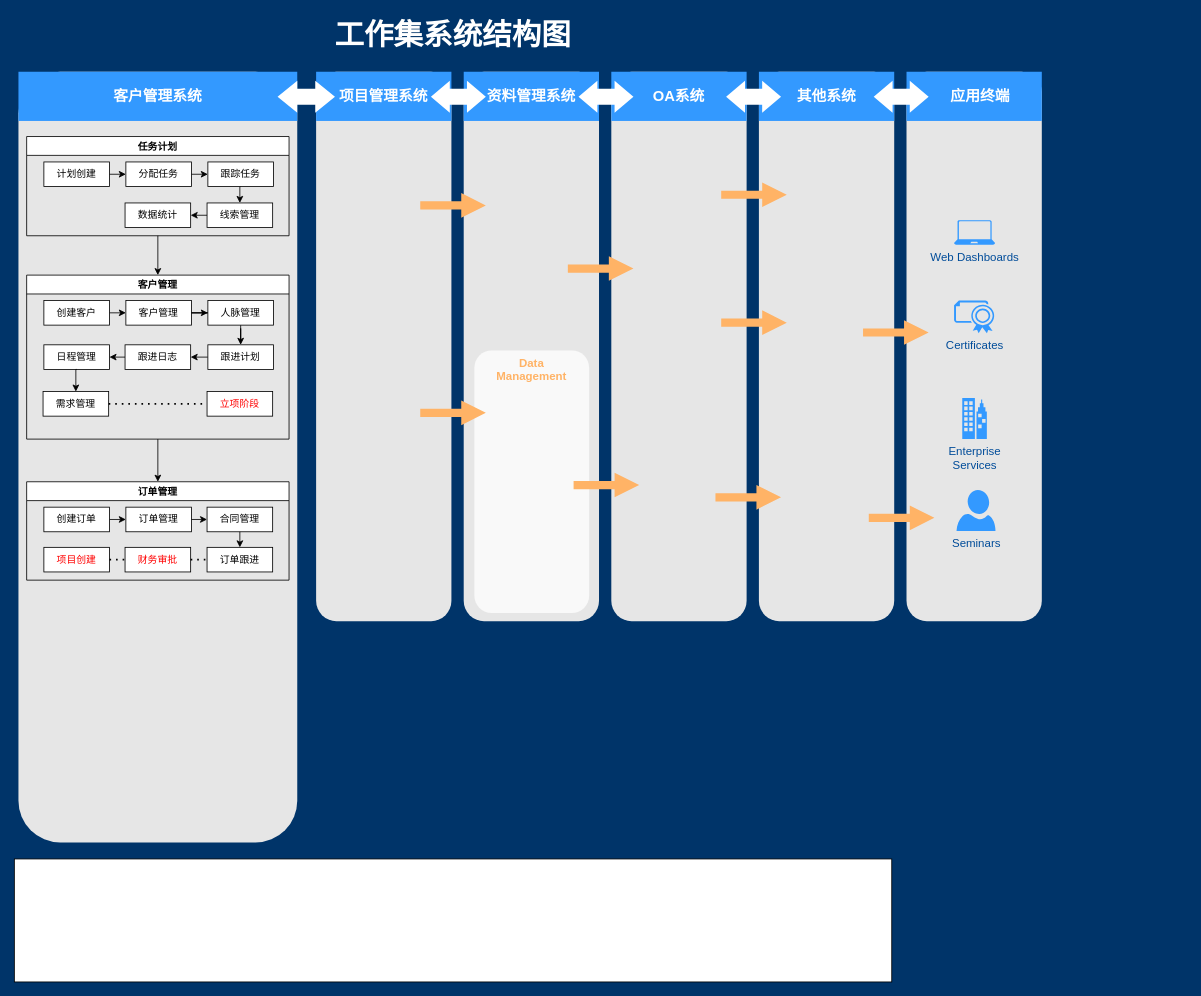
lenonjone/Toolkits keeps this draw.io diagram as 未命名绘图.drawio. Above is the earlier version. Source tidied: cells renumbered, new cells numbered last; positions are measured from the earlier drawing's top-left corner, leaving out a move shared by most shapes. Both pictures are drawn from the tidied source at 82%, with x=0, y=0 at pixel (14, 14).
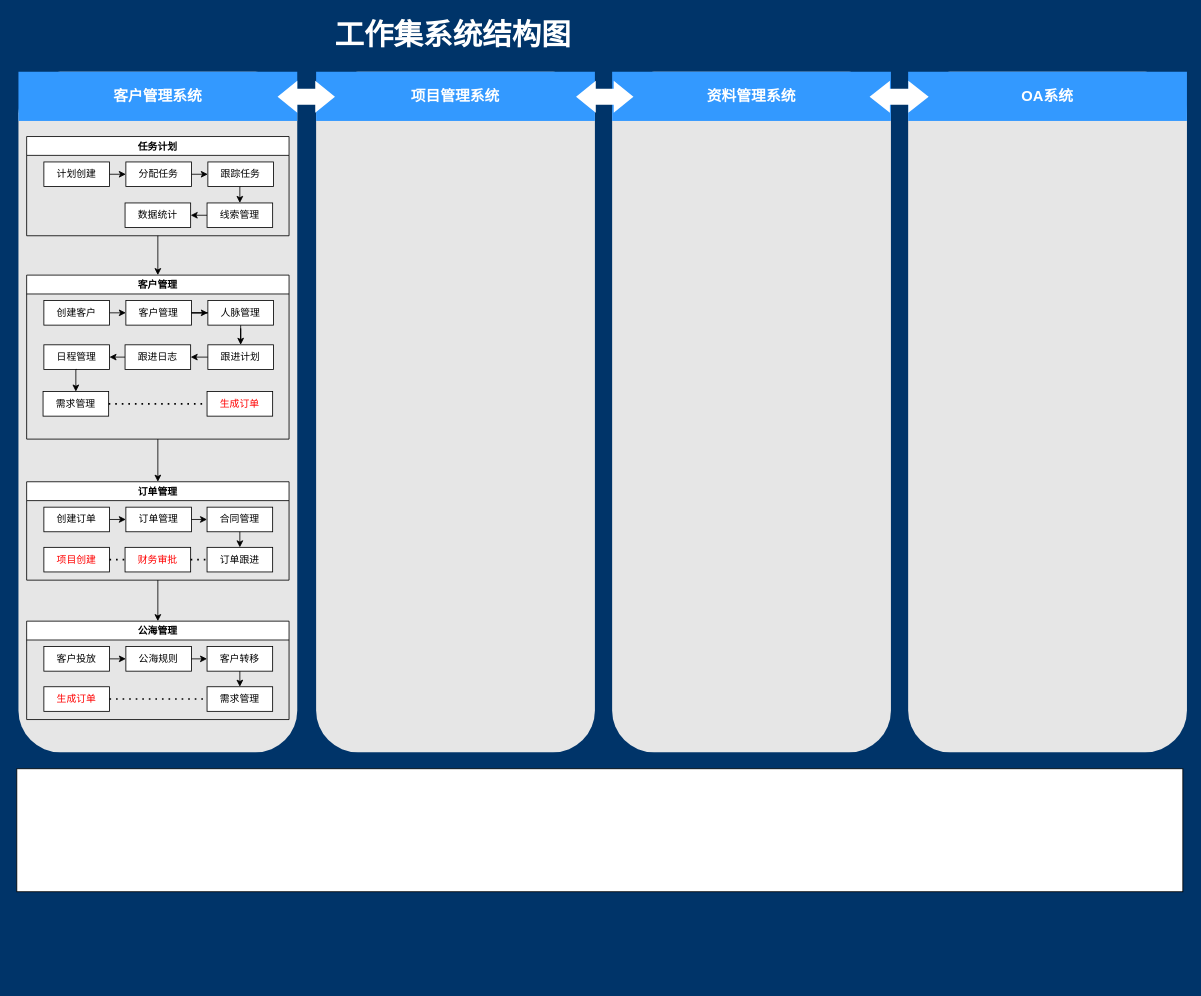
After the change.

Commit message:
更新未命名绘图.drawio

The change refers to these unchanged cells:
```xml
<mxCell id="45" value="客户管理" style="swimlane;" parent="1" vertex="1">
  <mxGeometry x="15" y="318" width="320" height="200" as="geometry" />
</mxCell>
<mxCell id="63" value="订单管理" style="swimlane;" parent="1" vertex="1">
  <mxGeometry x="15" y="570" width="320" height="120" as="geometry" />
</mxCell>
```

What changed in the source:
```diff
@@
     <mxCell id="2" style="rounded=1;whiteSpace=wrap;html=1;dashed=1;strokeColor=none;strokeWidth=2;fillColor=#E6E6E6;fontFamily=Verdana;fontSize=12;fontColor=#00BEF2;" parent="1" vertex="1">
-      <mxGeometry x="5" y="70" width="340" height="940" as="geometry" />
+      <mxGeometry x="5" y="70" width="340" height="830" as="geometry" />
     </mxCell>
     <mxCell id="3" style="rounded=1;whiteSpace=wrap;html=1;dashed=1;strokeColor=none;strokeWidth=2;fillColor=#E6E6E6;fontFamily=Verdana;fontSize=12;fontColor=#00BEF2;" parent="1" vertex="1">
-      <mxGeometry x="368" y="70" width="165" height="670" as="geometry" />
+      <mxGeometry x="368" y="70" width="340" height="830" as="geometry" />
     </mxCell>
     <mxCell id="4" style="rounded=1;whiteSpace=wrap;html=1;dashed=1;strokeColor=none;strokeWidth=2;fillColor=#E6E6E6;fontFamily=Verdana;fontSize=12;fontColor=#00BEF2;" parent="1" vertex="1">
-      <mxGeometry x="548" y="70" width="165" height="670" as="geometry" />
+      <mxGeometry x="729" y="70" width="340" height="830" as="geometry" />
     </mxCell>
     <mxCell id="5" style="rounded=1;whiteSpace=wrap;html=1;dashed=1;strokeColor=none;strokeWidth=2;fillColor=#E6E6E6;fontFamily=Verdana;fontSize=12;fontColor=#00BEF2;" parent="1" vertex="1">
-      <mxGeometry x="728" y="70" width="165" height="670" as="geometry" />
+      <mxGeometry x="1090" y="70" width="340" height="830" as="geometry" />
     </mxCell>
-    <mxCell id="6" style="rounded=1;whiteSpace=wrap;html=1;dashed=1;strokeColor=none;strokeWidth=2;fillColor=#E6E6E6;fontFamily=Verdana;fontSize=12;fontColor=#00BEF2;" parent="1" vertex="1">
-      <mxGeometry x="908" y="70" width="165" height="670" as="geometry" />
-    </mxCell>
-    <mxCell id="7" style="rounded=1;whiteSpace=wrap;html=1;dashed=1;strokeColor=none;strokeWidth=2;fillColor=#E6E6E6;fontFamily=Verdana;fontSize=12;fontColor=#00BEF2;" parent="1" vertex="1">
-      <mxGeometry x="1088" y="70" width="165" height="670" as="geometry" />
-    </mxCell>
@@
     <mxCell id="9" value="项目管理系统" style="whiteSpace=wrap;html=1;dashed=1;strokeColor=none;strokeWidth=2;fillColor=#3399FF;fontFamily=Helvetica;fontSize=18;fontColor=#FFFFFF;fontStyle=1;" parent="1" vertex="1">
-      <mxGeometry x="368" y="70" width="165" height="60" as="geometry" />
+      <mxGeometry x="368" y="70" width="340" height="60" as="geometry" />
     </mxCell>
     <mxCell id="10" value="资料管理系统" style="whiteSpace=wrap;html=1;dashed=1;strokeColor=none;strokeWidth=2;fillColor=#3399FF;fontFamily=Helvetica;fontSize=18;fontColor=#FFFFFF;fontStyle=1;" parent="1" vertex="1">
-      <mxGeometry x="548" y="70" width="165" height="60" as="geometry" />
+      <mxGeometry x="729" y="70" width="340" height="60" as="geometry" />
     </mxCell>
     <mxCell id="11" value="OA系统" style="whiteSpace=wrap;html=1;dashed=1;strokeColor=none;strokeWidth=2;fillColor=#3399FF;fontFamily=Helvetica;fontSize=18;fontColor=#FFFFFF;fontStyle=1;" parent="1" vertex="1">
-      <mxGeometry x="728" y="70" width="165" height="60" as="geometry" />
+      <mxGeometry x="1090" y="70" width="340" height="60" as="geometry" />
     </mxCell>
-    <mxCell id="12" value="其他系统" style="whiteSpace=wrap;html=1;dashed=1;strokeColor=none;strokeWidth=2;fillColor=#3399FF;fontFamily=Helvetica;fontSize=18;fontColor=#FFFFFF;fontStyle=1;" parent="1" vertex="1">
-      <mxGeometry x="908" y="70" width="165" height="60" as="geometry" />
-    </mxCell>
-    <mxCell id="13" value="&amp;nbsp; &amp;nbsp;应用终端" style="whiteSpace=wrap;html=1;dashed=1;strokeColor=none;strokeWidth=2;fillColor=#3399FF;fontFamily=Helvetica;fontSize=18;fontColor=#FFFFFF;fontStyle=1;" parent="1" vertex="1">
-      <mxGeometry x="1088" y="70" width="165" height="60" as="geometry" />
-    </mxCell>
@@
     <mxCell id="15" style="shape=mxgraph.arrows.two_way_arrow_horizontal;html=1;verticalLabelPosition=bottom;verticalAlign=top;strokeWidth=2;strokeColor=none;dashed=1;fillColor=#FFFFFF;fontFamily=Verdana;fontSize=12;fontColor=#00BEF2;" parent="1" vertex="1">
-      <mxGeometry x="508" y="81" width="67" height="39" as="geometry" />
+      <mxGeometry x="685" y="81" width="70" height="39" as="geometry" />
     </mxCell>
     <mxCell id="16" style="shape=mxgraph.arrows.two_way_arrow_horizontal;html=1;verticalLabelPosition=bottom;verticalAlign=top;strokeWidth=2;strokeColor=none;dashed=1;fillColor=#FFFFFF;fontFamily=Verdana;fontSize=12;fontColor=#00BEF2;" parent="1" vertex="1">
-      <mxGeometry x="688" y="81" width="67" height="39" as="geometry" />
+      <mxGeometry x="1043" y="81" width="72" height="39" as="geometry" />
     </mxCell>
-    <mxCell id="17" style="shape=mxgraph.arrows.two_way_arrow_horizontal;html=1;verticalLabelPosition=bottom;verticalAlign=top;strokeWidth=2;strokeColor=none;dashed=1;fillColor=#FFFFFF;fontFamily=Verdana;fontSize=12;fontColor=#00BEF2;" parent="1" vertex="1">
-      <mxGeometry x="868" y="81" width="67" height="39" as="geometry" />
-    </mxCell>
-    <mxCell id="18" style="shape=mxgraph.arrows.two_way_arrow_horizontal;html=1;verticalLabelPosition=bottom;verticalAlign=top;strokeWidth=2;strokeColor=none;dashed=1;fillColor=#FFFFFF;fontFamily=Verdana;fontSize=12;fontColor=#00BEF2;" parent="1" vertex="1">
-      <mxGeometry x="1048" y="81" width="67" height="39" as="geometry" />
-    </mxCell>
@@
-    <mxCell id="20" value="Data&lt;div&gt;Management&lt;/div&gt;" style="rounded=1;whiteSpace=wrap;html=1;dashed=1;strokeColor=none;strokeWidth=2;fillColor=#FFFFFF;fontFamily=Helvetica;fontSize=14;fontColor=#FFB366;opacity=75;verticalAlign=top;fontStyle=1;" parent="1" vertex="1">
-      <mxGeometry x="561" y="410" width="140" height="320" as="geometry" />
-    </mxCell>
-    <mxCell id="21" value="Web Dashboards" style="verticalLabelPosition=bottom;html=1;verticalAlign=top;strokeColor=none;fillColor=#3399FF;shape=mxgraph.azure.laptop;dashed=1;fontFamily=Helvetica;fontSize=14;fontColor=#004C99;" parent="1" vertex="1">
-      <mxGeometry x="1146" y="251" width="50" height="30" as="geometry" />
-    </mxCell>
-    <mxCell id="22" value="Certificates" style="verticalLabelPosition=bottom;html=1;verticalAlign=top;strokeColor=none;fillColor=#3399FF;shape=mxgraph.azure.certificate;dashed=1;fontFamily=Helvetica;fontSize=14;fontColor=#004C99;" parent="1" vertex="1">
-      <mxGeometry x="1146" y="349" width="50" height="40" as="geometry" />
-    </mxCell>
-    <mxCell id="23" value="Enterprise&lt;div&gt;Services&lt;/div&gt;" style="verticalLabelPosition=bottom;html=1;verticalAlign=top;strokeColor=none;fillColor=#3399FF;shape=mxgraph.azure.enterprise;dashed=1;fontFamily=Helvetica;fontSize=14;fontColor=#004C99;" parent="1" vertex="1">
-      <mxGeometry x="1156" y="468" width="30" height="50" as="geometry" />
-    </mxCell>
-    <mxCell id="24" value="Seminars" style="verticalLabelPosition=bottom;html=1;verticalAlign=top;strokeColor=none;fillColor=#3399FF;shape=mxgraph.azure.user;dashed=1;fontFamily=Helvetica;fontSize=14;fontColor=#004C99;" parent="1" vertex="1">
-      <mxGeometry x="1149" y="580" width="47.5" height="50" as="geometry" />
-    </mxCell>
-    <mxCell id="25" style="arrow;html=1;endArrow=block;endFill=1;strokeColor=none;strokeWidth=4;fontFamily=Helvetica;fontSize=36;fontColor=#FFB366;fillColor=#FFB366;opacity=100;" parent="1" edge="1">
-      <mxGeometry relative="1" as="geometry">
-        <mxPoint x="495" y="233" as="sourcePoint" />
-        <mxPoint x="575" y="233" as="targetPoint" />
-      </mxGeometry>
-    </mxCell>
-    <mxCell id="26" style="arrow;html=1;endArrow=block;endFill=1;strokeColor=none;strokeWidth=4;fontFamily=Helvetica;fontSize=36;fontColor=#FFB366;fillColor=#FFB366;" parent="1" edge="1">
-      <mxGeometry relative="1" as="geometry">
-        <mxPoint x="675" y="310" as="sourcePoint" />
-        <mxPoint x="755" y="310" as="targetPoint" />
-      </mxGeometry>
-    </mxCell>
-    <mxCell id="27" style="arrow;html=1;endArrow=block;endFill=1;strokeColor=none;strokeWidth=4;fontFamily=Helvetica;fontSize=36;fontColor=#FFB366;fillColor=#FFB366;" parent="1" edge="1">
-      <mxGeometry relative="1" as="geometry">
-        <mxPoint x="862" y="376" as="sourcePoint" />
-        <mxPoint x="942" y="376" as="targetPoint" />
-      </mxGeometry>
-    </mxCell>
-    <mxCell id="28" style="arrow;html=1;endArrow=block;endFill=1;strokeColor=none;strokeWidth=4;fontFamily=Helvetica;fontSize=36;fontColor=#FFB366;fillColor=#FFB366;" parent="1" edge="1">
-      <mxGeometry relative="1" as="geometry">
-        <mxPoint x="862" y="220" as="sourcePoint" />
-        <mxPoint x="942" y="220" as="targetPoint" />
-      </mxGeometry>
-    </mxCell>
-    <mxCell id="29" style="arrow;html=1;endArrow=block;endFill=1;strokeColor=none;strokeWidth=4;fontFamily=Helvetica;fontSize=36;fontColor=#FFB366;fillColor=#FFB366;" parent="1" edge="1">
-      <mxGeometry relative="1" as="geometry">
-        <mxPoint x="1035" y="388" as="sourcePoint" />
-        <mxPoint x="1115" y="388" as="targetPoint" />
-      </mxGeometry>
-    </mxCell>
-    <mxCell id="30" style="arrow;html=1;endArrow=block;endFill=1;strokeColor=none;strokeWidth=4;fontFamily=Helvetica;fontSize=36;fontColor=#FFB366;fillColor=#FFB366;" parent="1" edge="1">
-      <mxGeometry relative="1" as="geometry">
-        <mxPoint x="1042" y="614" as="sourcePoint" />
-        <mxPoint x="1122" y="614" as="targetPoint" />
-      </mxGeometry>
-    </mxCell>
-    <mxCell id="31" style="arrow;html=1;endArrow=block;endFill=1;strokeColor=none;strokeWidth=4;fontFamily=Helvetica;fontSize=36;fontColor=#FFB366;fillColor=#FFB366;" parent="1" edge="1">
-      <mxGeometry relative="1" as="geometry">
-        <mxPoint x="855" y="589" as="sourcePoint" />
-        <mxPoint x="935" y="589" as="targetPoint" />
-      </mxGeometry>
-    </mxCell>
-    <mxCell id="32" style="arrow;html=1;endArrow=block;endFill=1;strokeColor=none;strokeWidth=4;fontFamily=Helvetica;fontSize=36;fontColor=#FFB366;fillColor=#FFB366;" parent="1" edge="1">
-      <mxGeometry relative="1" as="geometry">
-        <mxPoint x="682" y="574" as="sourcePoint" />
-        <mxPoint x="762" y="574" as="targetPoint" />
-      </mxGeometry>
-    </mxCell>
-    <mxCell id="33" style="arrow;html=1;endArrow=block;endFill=1;strokeColor=none;strokeWidth=4;fontFamily=Helvetica;fontSize=36;fontColor=#FFB366;fillColor=#FFB366;" parent="1" edge="1">
-      <mxGeometry relative="1" as="geometry">
-        <mxPoint x="495" y="486" as="sourcePoint" />
-        <mxPoint x="575" y="486" as="targetPoint" />
-      </mxGeometry>
-    </mxCell>
     <mxCell id="34" style="rounded=0;whiteSpace=wrap;html=1;" parent="1" vertex="1">
-      <mxGeometry y="1030" width="1070" height="150" as="geometry" />
+      <mxGeometry x="3" y="920" width="1422" height="150" as="geometry" />
     </mxCell>
@@
-    <mxCell id="50" value="&lt;font color=&quot;#ff0000&quot;&gt;立项阶段&lt;/font&gt;" style="rounded=0;whiteSpace=wrap;html=1;" parent="45" vertex="1">
+    <mxCell id="50" value="&lt;font color=&quot;#ff0000&quot;&gt;生成订单&lt;/font&gt;" style="rounded=0;whiteSpace=wrap;html=1;" parent="45" vertex="1">
       <mxGeometry x="220" y="142" width="80" height="30" as="geometry" />
     </mxCell>
@@
+    <mxCell id="75" style="edgeStyle=orthogonalEdgeStyle;rounded=0;jettySize=auto;html=1;fontColor=#FF0000;" parent="1" edge="1" source="63" target="76">
+      <mxGeometry relative="1" as="geometry" />
+    </mxCell>
@@
+    <mxCell id="76" value="公海管理" style="swimlane;" parent="1" vertex="1">
+      <mxGeometry x="15" y="740" width="320" height="120" as="geometry" />
+    </mxCell>
+    <mxCell id="77" value="公海规则" style="rounded=0;whiteSpace=wrap;html=1;" parent="76" vertex="1">
+      <mxGeometry x="121" y="31" width="80" height="30" as="geometry" />
+    </mxCell>
+    <mxCell id="78" style="edgeStyle=orthogonalEdgeStyle;rounded=0;jettySize=auto;html=1;exitX=1;exitY=0.5;exitDx=0;exitDy=0;entryX=0;entryY=0.5;entryDx=0;entryDy=0;" parent="76" edge="1" source="79" target="77">
+      <mxGeometry relative="1" as="geometry" />
+    </mxCell>
+    <mxCell id="79" value="客户投放" style="rounded=0;whiteSpace=wrap;html=1;" parent="76" vertex="1">
+      <mxGeometry x="21" y="31" width="80" height="30" as="geometry" />
+    </mxCell>
+    <mxCell id="80" value="需求管理" style="rounded=0;whiteSpace=wrap;html=1;" parent="76" vertex="1">
+      <mxGeometry x="220" y="80" width="80" height="30" as="geometry" />
+    </mxCell>
+    <mxCell id="81" value="&lt;font color=&quot;#ff0000&quot;&gt;生成订单&lt;/font&gt;" style="rounded=0;whiteSpace=wrap;html=1;" parent="76" vertex="1">
+      <mxGeometry x="21" y="80" width="80" height="30" as="geometry" />
+    </mxCell>
+    <mxCell id="82" style="endArrow=none;dashed=1;html=1;dashPattern=1 3;strokeWidth=2;rounded=0;exitX=1;exitY=0.5;exitDx=0;exitDy=0;entryX=0;entryY=0.5;entryDx=0;entryDy=0;" parent="76" edge="1" source="81" target="80">
+      <mxGeometry relative="1" as="geometry" />
+    </mxCell>
+    <mxCell id="83" value="客户转移" style="rounded=0;whiteSpace=wrap;html=1;" parent="76" vertex="1">
+      <mxGeometry x="220" y="31" width="80" height="30" as="geometry" />
+    </mxCell>
+    <mxCell id="84" style="edgeStyle=orthogonalEdgeStyle;rounded=0;jettySize=auto;html=1;exitX=1;exitY=0.5;exitDx=0;exitDy=0;entryX=0;entryY=0.5;entryDx=0;entryDy=0;fontColor=#FF0000;" parent="76" edge="1" source="77" target="83">
+      <mxGeometry relative="1" as="geometry" />
+    </mxCell>
+    <mxCell id="85" style="edgeStyle=orthogonalEdgeStyle;rounded=0;jettySize=auto;html=1;exitX=0.5;exitY=1;exitDx=0;exitDy=0;entryX=0.5;entryY=0;entryDx=0;entryDy=0;fontColor=#FF0000;" parent="76" edge="1" source="83" target="80">
+      <mxGeometry relative="1" as="geometry" />
+    </mxCell>
```
